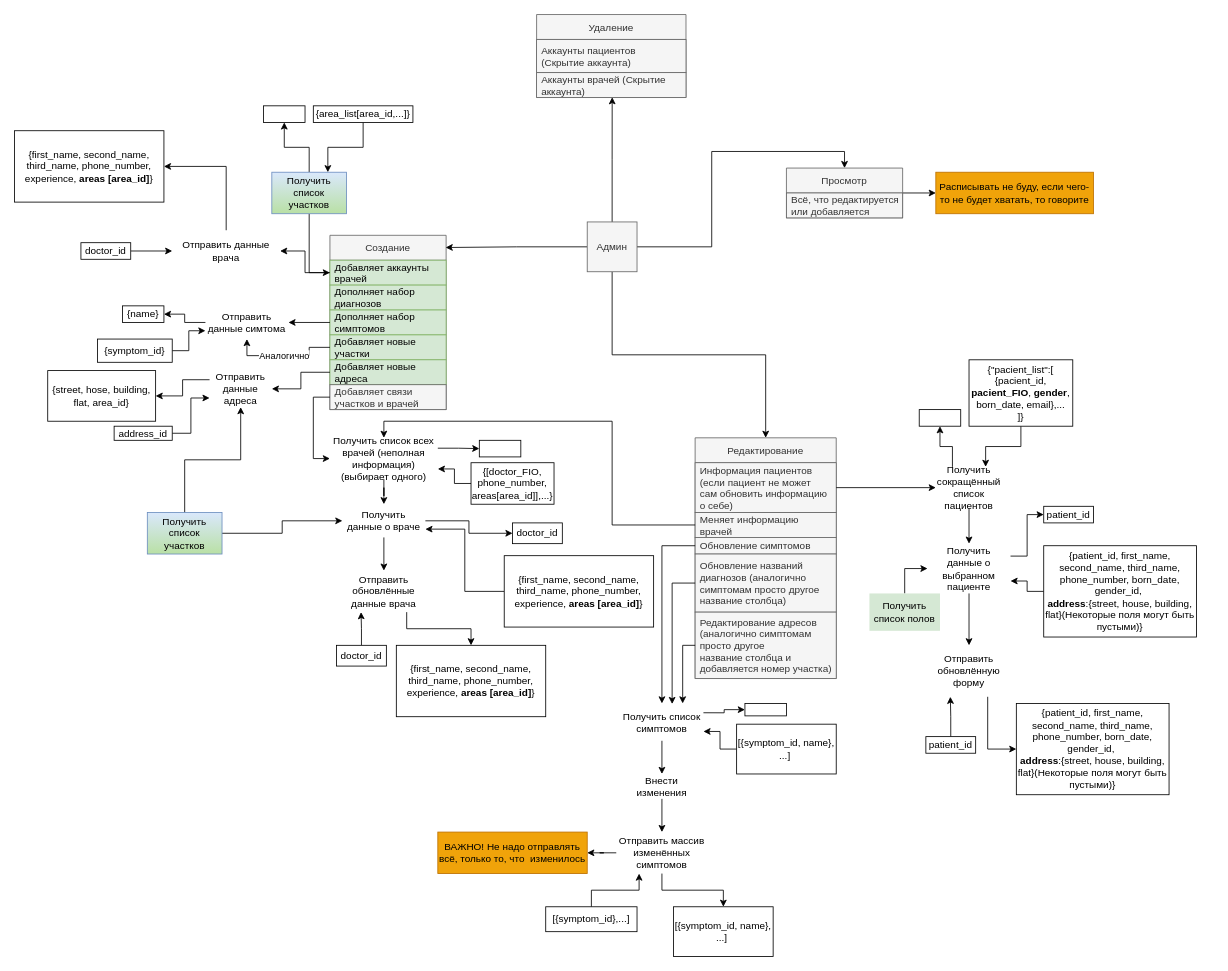
Earlier version of the draw.io diagram page "Админ" (4 of 5) of Требования к проекту.drawio (Rubelewaskes/Hospital). Source tidied: cells renumbered, new cells numbered last; positions are measured from the earlier drawing's top-left corner, leaving out a move shared by most shapes. Both pictures are drawn from the tidied source at 83%, with x=0, y=0 at pixel (14, 14).
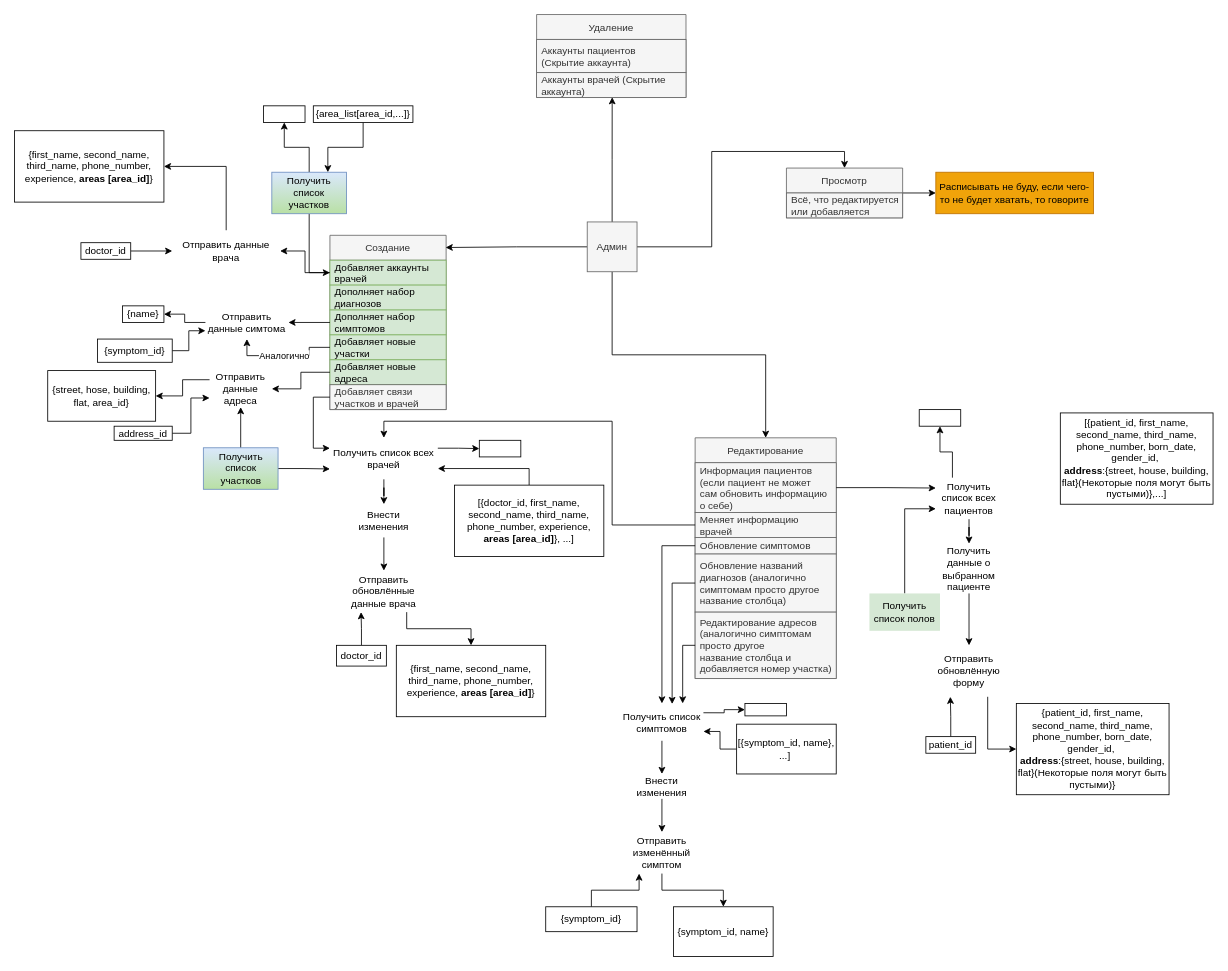
After the change.

Commit message (it also covers changes not shown here):
Возвращён запрос всех мест осмотра

The change refers to these unchanged cells:
```xml
<mxCell id="8" value="Добавляет связи&#10;участков и врачей" style="text;strokeColor=#666666;fillColor=#f5f5f5;align=left;verticalAlign=middle;spacingLeft=4;spacingRight=4;overflow=hidden;points=[[0,0.5],[1,0.5]];portConstraint=eastwest;fontColor=#333333;" parent="2" vertex="1">
  <mxGeometry y="180" width="140" height="30" as="geometry" />
</mxCell>
<mxCell id="10" value="Информация пациентов &#10;(если пациент не может &#10;сам обновить информацию&#10;о себе)" style="text;strokeColor=#666666;fillColor=#f5f5f5;align=left;verticalAlign=middle;spacingLeft=4;spacingRight=4;overflow=hidden;points=[[0,0.5],[1,0.5]];portConstraint=eastwest;fontColor=#333333;" parent="9" vertex="1">
  <mxGeometry y="30" width="170" height="60" as="geometry" />
</mxCell>
<mxCell id="83" value="Получить данные о выбранном пациенте" style="text;html=1;strokeColor=none;fillColor=none;align=center;verticalAlign=middle;whiteSpace=wrap;rounded=0;" parent="1" vertex="1">
  <mxGeometry x="1100" y="637.5" width="100" height="60" as="geometry" />
</mxCell>
<mxCell id="85" value="Получить список полов" style="text;html=1;strokeColor=none;fillColor=#d5e8d4;align=center;verticalAlign=middle;whiteSpace=wrap;rounded=0;" parent="1" vertex="1">
  <mxGeometry x="1030" y="697.5" width="85" height="45" as="geometry" />
</mxCell>
```

Change to the diagram source:
```diff
@@
-    <mxCell id="47" value="Получить список всех врачей (неполная информация) (выбирает одного)" style="text;html=1;strokeColor=none;fillColor=none;align=center;verticalAlign=middle;whiteSpace=wrap;rounded=0;" parent="1" vertex="1">
+    <mxCell id="47" value="Получить список всех врачей" style="text;html=1;strokeColor=none;fillColor=none;align=center;verticalAlign=middle;whiteSpace=wrap;rounded=0;" parent="1" vertex="1">
       <mxGeometry x="380" y="510" width="130" height="50" as="geometry" />
     </mxCell>
-    <mxCell id="48" style="edgeStyle=orthogonalEdgeStyle;rounded=0;jettySize=auto;html=1;entryX=0;entryY=0.5;entryDx=0;entryDy=0;" parent="1" edge="1" source="8" target="47">
+    <mxCell id="48" style="edgeStyle=orthogonalEdgeStyle;rounded=0;jettySize=auto;html=1;entryX=0;entryY=0.25;entryDx=0;entryDy=0;" parent="1" edge="1" source="8" target="47">
       <mxGeometry relative="1" as="geometry" />
     </mxCell>
@@
-    <mxCell id="51" style="edgeStyle=orthogonalEdgeStyle;rounded=0;jettySize=auto;html=1;entryX=0;entryY=0.5;entryDx=0;entryDy=0;" parent="1" edge="1" source="52" target="69">
-      <mxGeometry relative="1" as="geometry" />
-    </mxCell>
-    <mxCell id="52" value="Получить данные о враче" style="text;html=1;strokeColor=none;fillColor=none;align=center;verticalAlign=middle;whiteSpace=wrap;rounded=0;" parent="1" vertex="1">
+    <mxCell id="52" value="Внести изменения" style="text;html=1;strokeColor=none;fillColor=none;align=center;verticalAlign=middle;whiteSpace=wrap;rounded=0;" parent="1" vertex="1">
       <mxGeometry x="395" y="590" width="100" height="40" as="geometry" />
     </mxCell>
@@
-    <mxCell id="56" style="edgeStyle=orthogonalEdgeStyle;rounded=0;jettySize=auto;html=1;entryX=1;entryY=0.75;entryDx=0;entryDy=0;" parent="1" edge="1" source="57" target="47">
-      <mxGeometry relative="1" as="geometry" />
-    </mxCell>
-    <mxCell id="57" value="{[doctor_FIO, phone_number, areas[area_id]],...}" style="rounded=0;whiteSpace=wrap;html=1;" parent="1" vertex="1">
-      <mxGeometry x="550" y="540" width="100" height="50" as="geometry" />
-    </mxCell>
-    <mxCell id="58" style="edgeStyle=orthogonalEdgeStyle;rounded=0;jettySize=auto;html=1;entryX=0;entryY=0.5;entryDx=0;entryDy=0;" parent="1" edge="1" source="60" target="52">
+    <mxCell id="58" style="edgeStyle=orthogonalEdgeStyle;rounded=0;jettySize=auto;html=1;entryX=0;entryY=0.75;entryDx=0;entryDy=0;" parent="1" edge="1" source="60" target="47">
       <mxGeometry relative="1" as="geometry" />
     </mxCell>
@@
     <mxCell id="60" value="Получить список участков" style="text;html=1;strokeColor=#6c8ebf;fillColor=#dae8fc;align=center;verticalAlign=middle;whiteSpace=wrap;rounded=0;gradientColor=#B9E0A5;gradientDirection=south;" parent="1" vertex="1">
-      <mxGeometry x="160" y="600" width="90" height="50" as="geometry" />
+      <mxGeometry x="227.5" y="522" width="90" height="50" as="geometry" />
     </mxCell>
@@
-    <mxCell id="67" style="edgeStyle=orthogonalEdgeStyle;rounded=0;jettySize=auto;html=1;entryX=1;entryY=0.75;entryDx=0;entryDy=0;" parent="1" edge="1" source="68" target="52">
+    <mxCell id="67" style="edgeStyle=orthogonalEdgeStyle;rounded=0;jettySize=auto;html=1;entryX=1;entryY=0.75;entryDx=0;entryDy=0;exitX=0.5;exitY=0;exitDx=0;exitDy=0;" parent="1" edge="1" source="68" target="47">
       <mxGeometry relative="1" as="geometry" />
     </mxCell>
-    <mxCell id="68" value="{first_name, second_name, third_name, phone_number, experience, &lt;b&gt;areas [area_id]&lt;/b&gt;}" style="rounded=0;whiteSpace=wrap;html=1;" parent="1" vertex="1">
-      <mxGeometry x="590" y="652" width="180" height="86" as="geometry" />
+    <mxCell id="68" value="[{doctor_id, first_name, second_name, third_name, phone_number, experience, &lt;b&gt;areas [area_id]&lt;/b&gt;}, ...]" style="rounded=0;whiteSpace=wrap;html=1;" parent="1" vertex="1">
+      <mxGeometry x="530" y="567" width="180" height="86" as="geometry" />
     </mxCell>
-    <mxCell id="69" value="doctor_id" style="rounded=0;whiteSpace=wrap;html=1;" parent="1" vertex="1">
-      <mxGeometry x="600" y="612.5" width="60" height="25" as="geometry" />
-    </mxCell>
@@
-    <mxCell id="75" value="Получить сокращённый список пациентов" style="text;html=1;strokeColor=none;fillColor=none;align=center;verticalAlign=middle;whiteSpace=wrap;rounded=0;" parent="1" vertex="1">
-      <mxGeometry x="1110" y="545" width="80" height="50" as="geometry" />
+    <mxCell id="75" value="Получить список всех пациентов" style="text;html=1;strokeColor=none;fillColor=none;align=center;verticalAlign=middle;whiteSpace=wrap;rounded=0;" parent="1" vertex="1">
+      <mxGeometry x="1110" y="558" width="80" height="50" as="geometry" />
     </mxCell>
-    <mxCell id="76" style="edgeStyle=orthogonalEdgeStyle;rounded=0;jettySize=auto;html=1;entryX=0;entryY=0.5;entryDx=0;entryDy=0;" parent="1" edge="1" source="10" target="75">
+    <mxCell id="76" style="edgeStyle=orthogonalEdgeStyle;rounded=0;jettySize=auto;html=1;entryX=0;entryY=0.25;entryDx=0;entryDy=0;" parent="1" edge="1" source="10" target="75">
       <mxGeometry relative="1" as="geometry" />
     </mxCell>
@@
-    <mxCell id="78" style="edgeStyle=orthogonalEdgeStyle;rounded=0;jettySize=auto;html=1;entryX=0.75;entryY=0;entryDx=0;entryDy=0;" parent="1" edge="1" source="79" target="75">
-      <mxGeometry relative="1" as="geometry" />
-    </mxCell>
-    <mxCell id="79" value="{&quot;pacient_list&quot;:[&lt;br&gt;{pacient_id, &lt;b&gt;pacient_FIO&lt;/b&gt;, &lt;b&gt;gender&lt;/b&gt;, born_date, email},...&lt;br&gt;]}" style="rounded=0;whiteSpace=wrap;html=1;" parent="1" vertex="1">
-      <mxGeometry x="1150" y="416" width="125" height="80" as="geometry" />
-    </mxCell>
-    <mxCell id="80" value="patient_id" style="rounded=0;whiteSpace=wrap;html=1;gradientDirection=south;" parent="1" vertex="1">
-      <mxGeometry x="1240" y="592.5" width="60" height="20" as="geometry" />
-    </mxCell>
-    <mxCell id="81" style="edgeStyle=orthogonalEdgeStyle;rounded=0;jettySize=auto;html=1;entryX=0;entryY=0.5;entryDx=0;entryDy=0;exitX=1;exitY=0.25;exitDx=0;exitDy=0;" parent="1" edge="1" source="83" target="80">
-      <mxGeometry relative="1" as="geometry" />
-    </mxCell>
@@
-    <mxCell id="84" style="edgeStyle=orthogonalEdgeStyle;rounded=0;jettySize=auto;html=1;entryX=0;entryY=0.5;entryDx=0;entryDy=0;" parent="1" edge="1" source="85" target="83">
+    <mxCell id="84" style="edgeStyle=orthogonalEdgeStyle;rounded=0;jettySize=auto;html=1;entryX=0;entryY=0.75;entryDx=0;entryDy=0;" parent="1" edge="1" source="85" target="75">
       <mxGeometry relative="1" as="geometry" />
     </mxCell>
@@
-    <mxCell id="86" style="edgeStyle=orthogonalEdgeStyle;rounded=0;jettySize=auto;html=1;entryX=1;entryY=0.75;entryDx=0;entryDy=0;" parent="1" edge="1" source="87" target="83">
-      <mxGeometry relative="1" as="geometry" />
-    </mxCell>
-    <mxCell id="87" value="{patient_id, first_name, second_name, third_name, phone_number, born_date,&lt;br&gt;gender_id,&amp;nbsp;&lt;br&gt;&lt;b&gt;address&lt;/b&gt;:{street, house, building, flat}(Некоторые поля могут быть пустыми)}" style="rounded=0;whiteSpace=wrap;html=1;" parent="1" vertex="1">
-      <mxGeometry x="1240" y="640" width="184" height="110" as="geometry" />
+    <mxCell id="87" value="[{patient_id, first_name, second_name, third_name, phone_number, born_date,&lt;br&gt;gender_id,&amp;nbsp;&lt;br&gt;&lt;b&gt;address&lt;/b&gt;:{street, house, building, flat}(Некоторые поля могут быть пустыми)},...]" style="rounded=0;whiteSpace=wrap;html=1;" parent="1" vertex="1">
+      <mxGeometry x="1260" y="480" width="184" height="110" as="geometry" />
     </mxCell>
@@
-    <mxCell id="100" style="edgeStyle=orthogonalEdgeStyle;rounded=0;jettySize=auto;html=1;entryX=1;entryY=0.5;entryDx=0;entryDy=0;" parent="1" edge="1" source="101" target="108">
-      <mxGeometry relative="1" as="geometry" />
-    </mxCell>
-    <mxCell id="101" value="Отправить массив изменённых симптомов" style="text;html=1;strokeColor=none;fillColor=none;align=center;verticalAlign=middle;whiteSpace=wrap;rounded=0;" parent="1" vertex="1">
+    <mxCell id="101" value="Отправить изменённый симптом" style="text;html=1;strokeColor=none;fillColor=none;align=center;verticalAlign=middle;whiteSpace=wrap;rounded=0;" parent="1" vertex="1">
       <mxGeometry x="725" y="985" width="110" height="50" as="geometry" />
     </mxCell>
@@
-    <mxCell id="105" value="[{symptom_id, name}, ...]&amp;nbsp;" style="rounded=0;whiteSpace=wrap;html=1;gradientDirection=south;" parent="1" vertex="1">
+    <mxCell id="105" value="{symptom_id, name}" style="rounded=0;whiteSpace=wrap;html=1;gradientDirection=south;" parent="1" vertex="1">
       <mxGeometry x="794" y="1075" width="120" height="60" as="geometry" />
     </mxCell>
@@
-    <mxCell id="107" value="[{symptom_id},...]" style="rounded=0;whiteSpace=wrap;html=1;gradientDirection=south;" parent="1" vertex="1">
+    <mxCell id="107" value="{symptom_id}" style="rounded=0;whiteSpace=wrap;html=1;gradientDirection=south;" parent="1" vertex="1">
       <mxGeometry x="640" y="1075" width="110" height="30" as="geometry" />
     </mxCell>
-    <mxCell id="108" value="ВАЖНО! Не надо отправлять всё, только то, что&amp;nbsp; изменилось" style="text;html=1;strokeColor=#BD7000;fillColor=#f0a30a;align=center;verticalAlign=middle;whiteSpace=wrap;rounded=0;fontColor=#000000;" parent="1" vertex="1">
-      <mxGeometry x="510" y="985" width="180" height="50" as="geometry" />
-    </mxCell>
```
